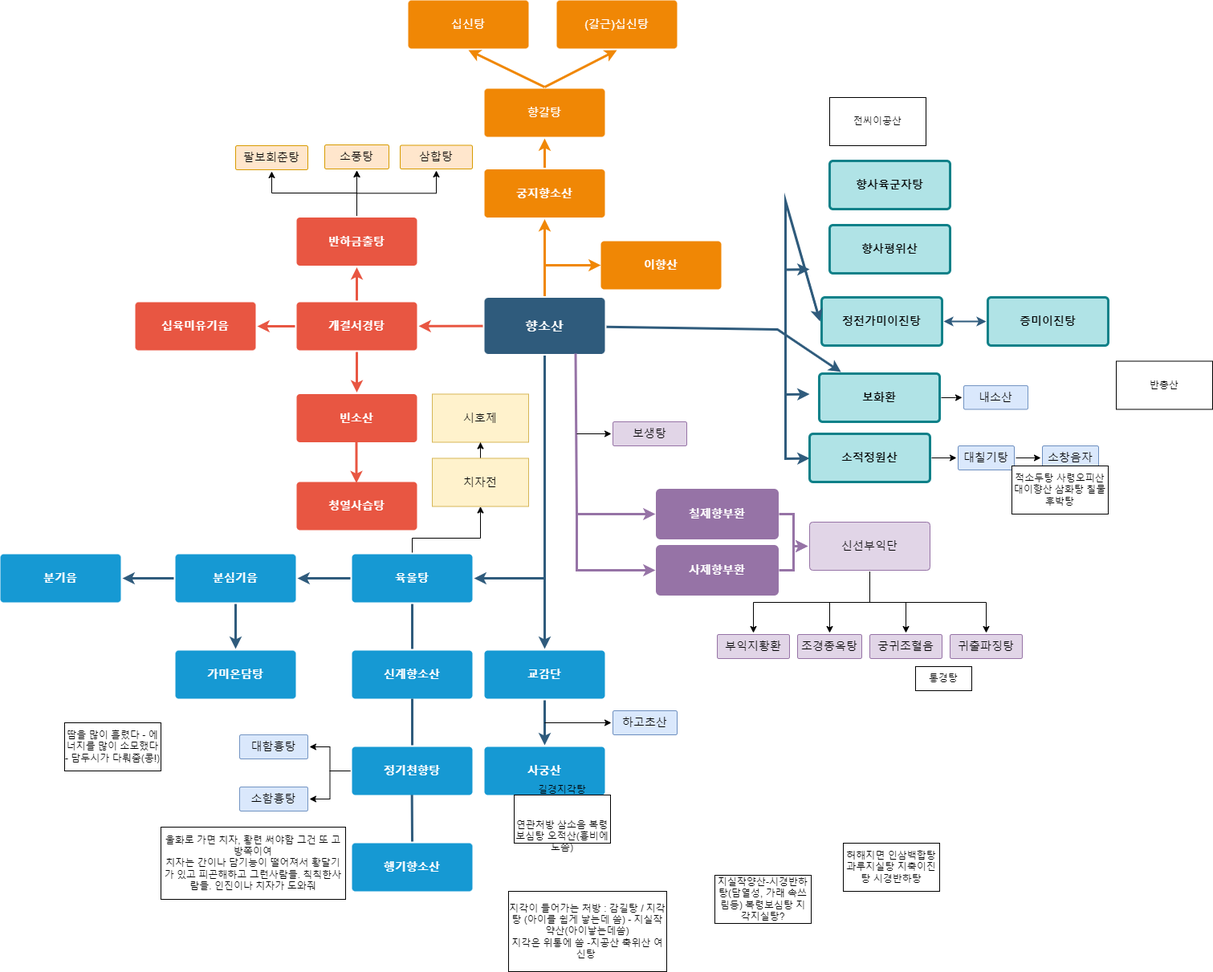
Above: 향소산플로우차트.drawio.png in Jinzin71/sparta (draw.io), before the change. Source tidied: cells renumbered, new cells last; positions are measured from the earlier drawing's top-left corner, leaving out a move shared by most shapes.
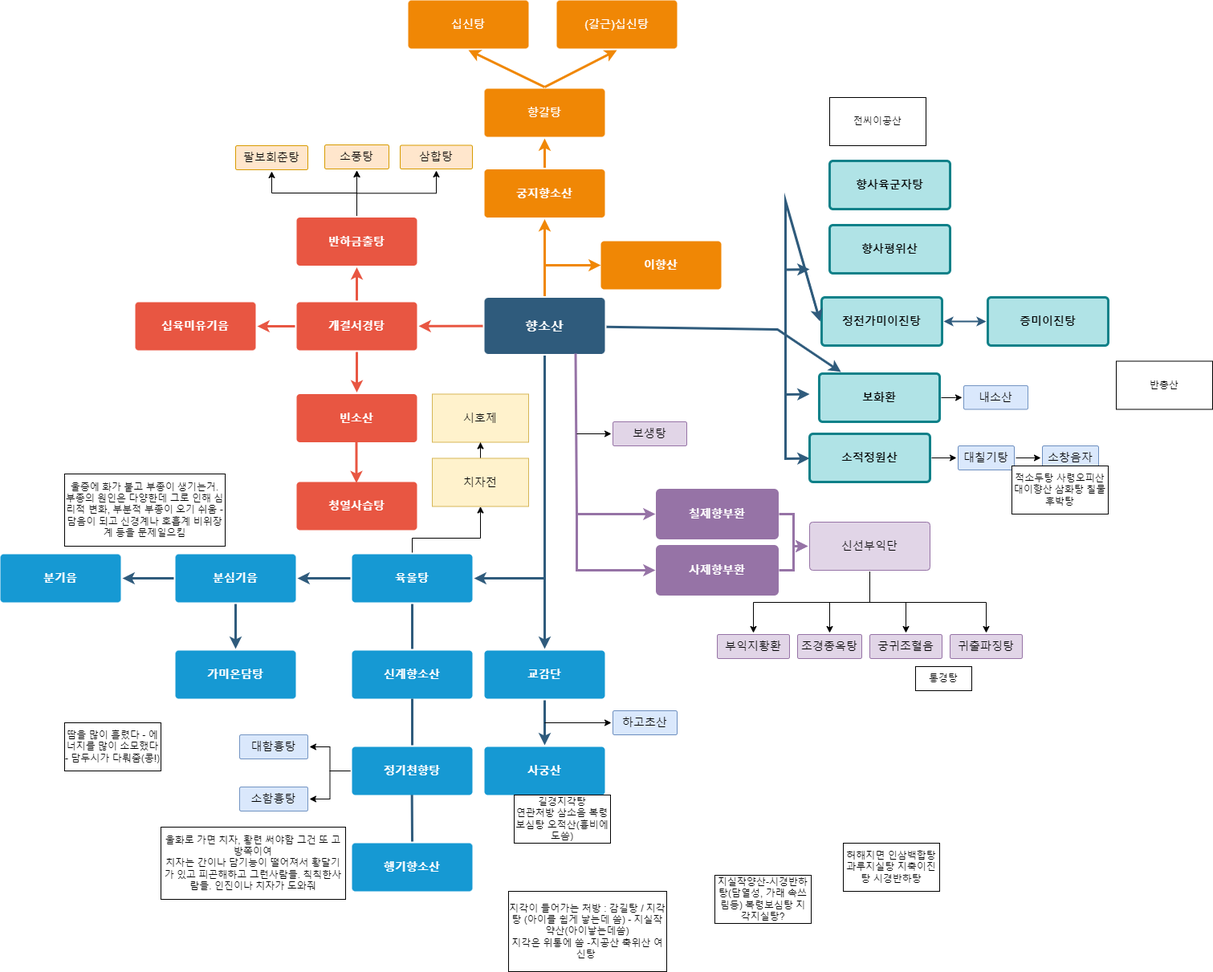
Above is the later version.

Commit message:
향소산플로우차트.drawio.png 업데이트

Diff of the diagram source:
```diff
@@ -386,7 +386,7 @@
     <mxCell id="97" value="통경탕" style="whiteSpace=wrap;html=1;" parent="1" vertex="1">
       <mxGeometry x="1140" y="830" width="70" height="30" as="geometry" />
     </mxCell>
-    <mxCell id="98" value="길경지각탕&lt;br&gt;&lt;br&gt;&lt;br&gt;연관처방 삼소음 복령보심탕 오적산(흉비에도씀)" style="whiteSpace=wrap;html=1;" parent="1" vertex="1">
+    <mxCell id="98" value="길경지각탕&lt;br&gt;연관처방 삼소음 복령보심탕 오적산(흉비에도씀)" style="whiteSpace=wrap;html=1;" parent="1" vertex="1">
       <mxGeometry x="640" y="990" width="120" height="60" as="geometry" />
     </mxCell>
     <mxCell id="99" value="지각이 들어가는 처방 : 감길탕 / 지각탕 (아이를 쉽게 낳는데 씀) - 지실작약산(아이낳는데씀)&lt;br&gt;지각은 위통에 씀 -지공산 축위산 여신탕&amp;nbsp;" style="whiteSpace=wrap;html=1;" parent="1" vertex="1">
@@ -404,5 +404,8 @@
     <mxCell id="103" value="땀을 많이 흘렸다 - 에너지를 많이 소모했다 - 담두시가 다뤄줌(콩!)" style="whiteSpace=wrap;html=1;" parent="1" vertex="1">
       <mxGeometry x="80" y="900" width="120" height="60" as="geometry" />
     </mxCell>
+    <mxCell id="104" value="울증에 화가 붙고 부종이 생기는거. 부종의 원인은 다양한데 그로 인해 심리적 변화, 부분적 부종이 오기 쉬움 - 담음이 되고 신경계나 호흡계 비위장계 등을 문제일으킴" style="whiteSpace=wrap;html=1;" parent="1" vertex="1">
+      <mxGeometry x="80" y="590" width="200" height="90" as="geometry" />
+    </mxCell>
   </root>
 </mxGraphModel>
```
